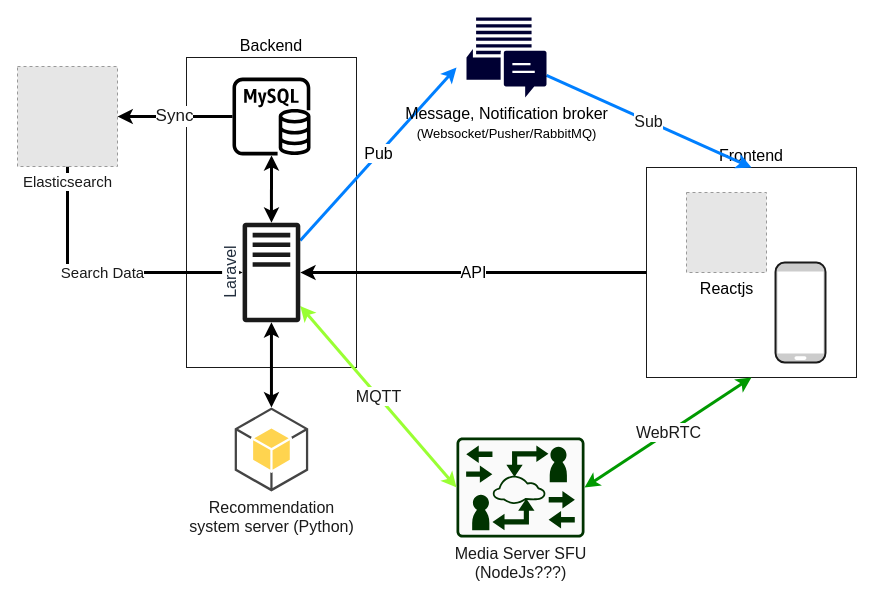
Before: page "System" (2 of 3) of docs/overview.drawio in SownBanana/HUST-graduate-project, a draw.io diagram. Source tidied: cells renumbered, new cells numbered last; positions are measured from the earlier drawing's top-left corner, leaving out a move shared by most shapes. Both pictures are drawn from the tidied source at 100%, with x=0, y=0 at pixel (17, 17). Pictures stored in the file or linked from it are replaced by grey dashed boxes.
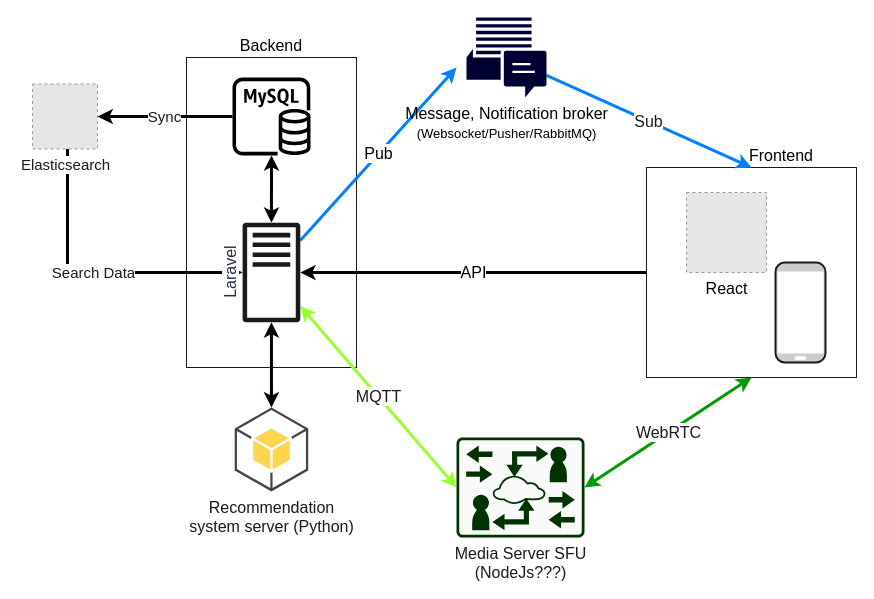
The same diagram, later.

The change refers to these unchanged cells:
```xml
<mxCell id="5" style="outlineConnect=0;fontColor=#232F3E;gradientColor=none;strokeColor=none;dashed=0;verticalLabelPosition=bottom;verticalAlign=top;align=center;html=1;fontSize=12;fontStyle=0;shape=mxgraph.aws4.rds_mysql_instance;fillColor=#000000;" parent="1" vertex="1">
  <mxGeometry x="215" y="60" width="78" height="78" as="geometry" />
</mxCell>
```

The edit, as a diff of the source:
```diff
@@
-    <mxCell id="2" value="Frontend" style="whiteSpace=wrap;html=1;strokeColor=#1A1A1A;strokeWidth=1;fillColor=#FFFFFF;fontSize=16;fontColor=#000000;labelPosition=center;verticalLabelPosition=top;align=center;verticalAlign=bottom;" parent="1" vertex="1">
+    <mxCell id="2" value="Frontend" style="whiteSpace=wrap;html=1;strokeColor=#1A1A1A;strokeWidth=1;fillColor=#FFFFFF;fontSize=16;fontColor=#000000;labelPosition=center;verticalLabelPosition=top;align=center;verticalAlign=bottom;labelBackgroundColor=#ffffff;spacingLeft=60;" parent="1" vertex="1">
       <mxGeometry x="629" y="150" width="210" height="210" as="geometry" />
     </mxCell>
@@
-    <mxCell id="4" value="&lt;font style=&quot;font-size: 17px&quot;&gt;Sync&lt;/font&gt;" style="edgeStyle=orthogonalEdgeStyle;rounded=0;jettySize=auto;html=1;entryX=1;entryY=0.5;entryDx=0;entryDy=0;fontColor=#1A1A1A;strokeWidth=3;" parent="1" edge="1" source="5" target="19">
-      <mxGeometry relative="1" as="geometry">
-        <Array as="points">
-          <mxPoint x="170" y="99" />
-          <mxPoint x="170" y="99" />
-        </Array>
-      </mxGeometry>
+    <mxCell id="4" value="Sync" style="edgeStyle=orthogonalEdgeStyle;rounded=0;jettySize=auto;html=1;entryX=1;entryY=0.5;entryDx=0;entryDy=0;strokeWidth=3;fontSize=15;fontColor=#1A1A1A;" parent="1" edge="1" source="5" target="19">
+      <mxGeometry relative="1" as="geometry" />
     </mxCell>
@@
-    <mxCell id="7" value="Reactjs" style="fillColor=#E6E6E6;strokeColor=#999999;dashed=1;html=1;verticalAlign=top;verticalLabelPosition=bottom;labelBackgroundColor=#ffffff;fontColor=#000000;fontSize=16;" parent="1" vertex="1">
+    <mxCell id="7" value="React" style="fillColor=#E6E6E6;strokeColor=#999999;dashed=1;html=1;verticalAlign=top;verticalLabelPosition=bottom;labelBackgroundColor=#ffffff;fontColor=#000000;fontSize=16;" parent="1" vertex="1">
       <mxGeometry x="669" y="175" width="80" height="80" as="geometry" />
     </mxCell>
@@
     <mxCell id="19" value="&lt;font style=&quot;font-size: 15px;&quot;&gt;Elasticsearch&lt;/font&gt;" style="fillColor=#E6E6E6;strokeColor=#999999;dashed=1;html=1;verticalAlign=top;verticalLabelPosition=bottom;labelBackgroundColor=#ffffff;fontColor=#1A1A1A;fontSize=15;" parent="1" vertex="1">
-      <mxGeometry y="49" width="100" height="100" as="geometry" />
+      <mxGeometry x="15" y="66.5" width="65" height="65" as="geometry" />
     </mxCell>
```
